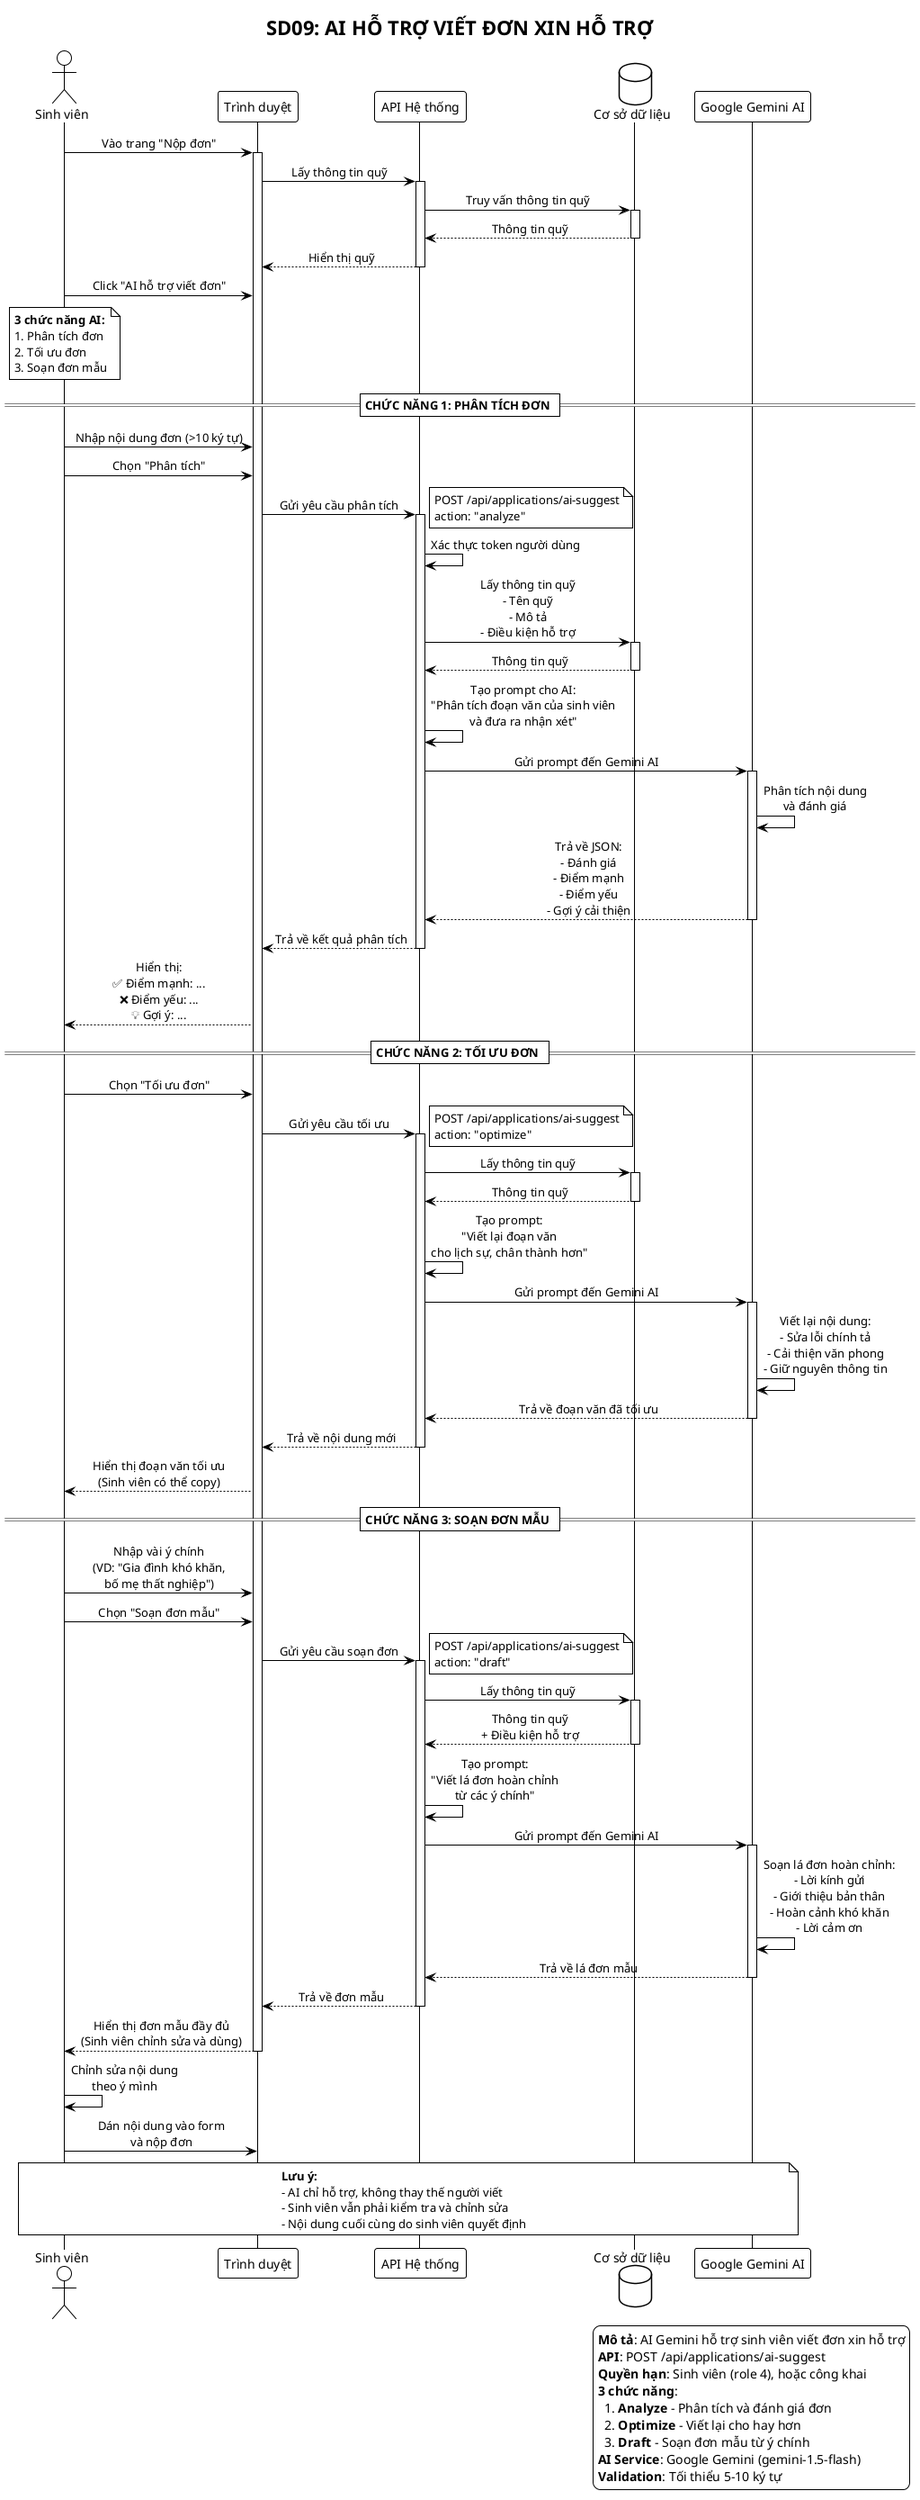
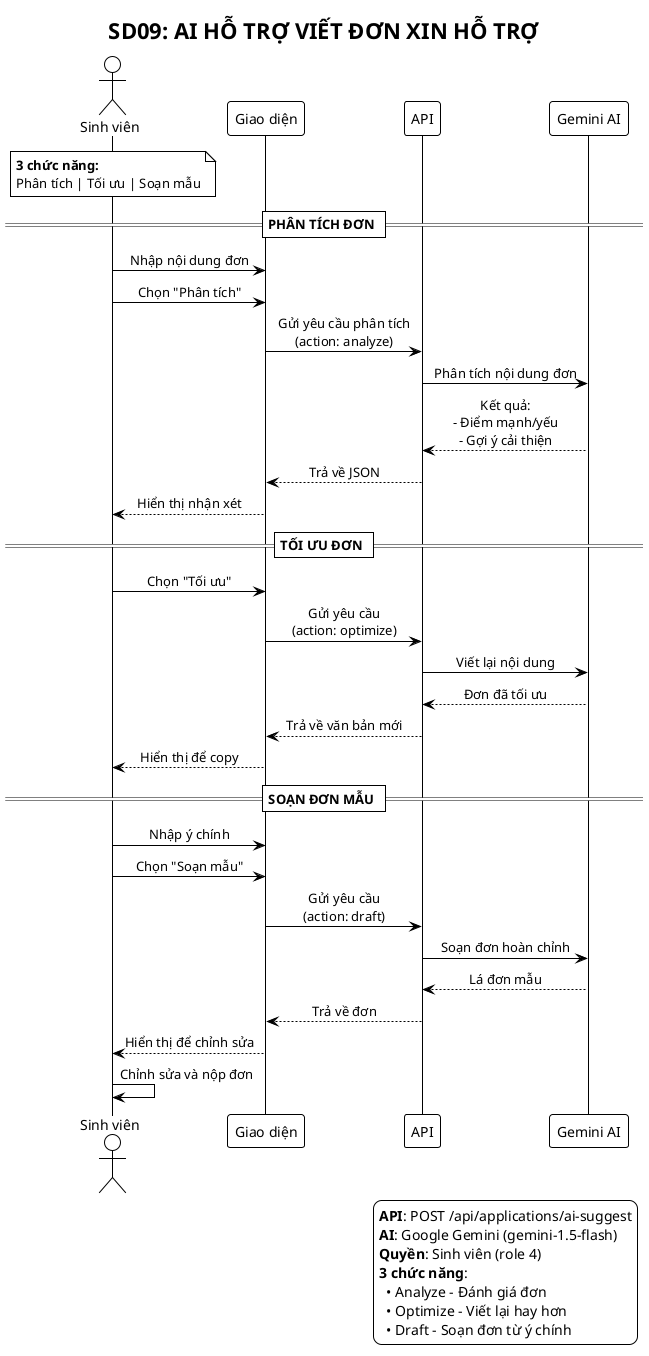
@startuml SD09_AI_Ho_Tro_Viet_Don
!theme plain
skinparam backgroundColor #FFFFFF
skinparam sequenceMessageAlign center

title **SD09: AI HỖ TRỢ VIẾT ĐƠN XIN HỖ TRỢ**

actor "Sinh viên" as SV
- participant "Trình duyệt" as Browser
- participant "API Hệ thống" as API
- database "Cơ sở dữ liệu" as DB
- participant "Google Gemini AI" as AI_Service
- 
- SV -> Browser: Vào trang "Nộp đơn"
- activate Browser
- 
- Browser -> API: Lấy thông tin quỹ
- activate API
- API -> DB: Truy vấn thông tin quỹ
- activate DB
- DB --> API: Thông tin quỹ
- deactivate DB
- API --> Browser: Hiển thị quỹ
- deactivate API
- 
- SV -> Browser: Click "AI hỗ trợ viết đơn"
+ participant "Giao diện" as UI
+ participant "API" as API
+ participant "Gemini AI" as AI

note over SV
- **3 chức năng AI:**
- 1. Phân tích đơn
- 2. Tối ưu đơn
- 3. Soạn đơn mẫu
+ **3 chức năng:**
+ Phân tích | Tối ưu | Soạn mẫu
end note

- == CHỨC NĂNG 1: PHÂN TÍCH ĐƠN ==
+ == PHÂN TÍCH ĐƠN ==

- SV -> Browser: Nhập nội dung đơn (>10 ký tự)
- SV -> Browser: Chọn "Phân tích"
+ SV -> UI: Nhập nội dung đơn
+ SV -> UI: Chọn "Phân tích"
+ UI -> API: Gửi yêu cầu phân tích\n(action: analyze)
+ API -> AI: Phân tích nội dung đơn
+ AI --> API: Kết quả:\n- Điểm mạnh/yếu\n- Gợi ý cải thiện
+ API --> UI: Trả về JSON
+ UI --> SV: Hiển thị nhận xét

- Browser -> API: Gửi yêu cầu phân tích
- activate API
- note right: POST /api/applications/ai-suggest\naction: "analyze"
+ == TỐI ƯU ĐƠN ==

- API -> API: Xác thực token người dùng
+ SV -> UI: Chọn "Tối ưu"
+ UI -> API: Gửi yêu cầu\n(action: optimize)
+ API -> AI: Viết lại nội dung
+ AI --> API: Đơn đã tối ưu
+ API --> UI: Trả về văn bản mới
+ UI --> SV: Hiển thị để copy

- API -> DB: Lấy thông tin quỹ\n- Tên quỹ\n- Mô tả\n- Điều kiện hỗ trợ
- activate DB
- DB --> API: Thông tin quỹ
- deactivate DB
+ == SOẠN ĐƠN MẪU ==

- API -> API: Tạo prompt cho AI:\n"Phân tích đoạn văn của sinh viên\nvà đưa ra nhận xét"
+ SV -> UI: Nhập ý chính
+ SV -> UI: Chọn "Soạn mẫu"
+ UI -> API: Gửi yêu cầu\n(action: draft)
+ API -> AI: Soạn đơn hoàn chỉnh
+ AI --> API: Lá đơn mẫu
+ API --> UI: Trả về đơn
+ UI --> SV: Hiển thị để chỉnh sửa

- API -> AI_Service: Gửi prompt đến Gemini AI
- activate AI_Service
- AI_Service -> AI_Service: Phân tích nội dung\nvà đánh giá
- AI_Service --> API: Trả về JSON:\n- Đánh giá\n- Điểm mạnh\n- Điểm yếu\n- Gợi ý cải thiện
- deactivate AI_Service
- 
- API --> Browser: Trả về kết quả phân tích
- deactivate API
- 
- Browser --> SV: Hiển thị:\n✅ Điểm mạnh: ...\n❌ Điểm yếu: ...\n💡 Gợi ý: ...
- 
- == CHỨC NĂNG 2: TỐI ƯU ĐƠN ==
- 
- SV -> Browser: Chọn "Tối ưu đơn"
- 
- Browser -> API: Gửi yêu cầu tối ưu
- activate API
- note right: POST /api/applications/ai-suggest\naction: "optimize"
- 
- API -> DB: Lấy thông tin quỹ
- activate DB
- DB --> API: Thông tin quỹ
- deactivate DB
- 
- API -> API: Tạo prompt:\n"Viết lại đoạn văn\ncho lịch sự, chân thành hơn"
- 
- API -> AI_Service: Gửi prompt đến Gemini AI
- activate AI_Service
- AI_Service -> AI_Service: Viết lại nội dung:\n- Sửa lỗi chính tả\n- Cải thiện văn phong\n- Giữ nguyên thông tin
- AI_Service --> API: Trả về đoạn văn đã tối ưu
- deactivate AI_Service
- 
- API --> Browser: Trả về nội dung mới
- deactivate API
- 
- Browser --> SV: Hiển thị đoạn văn tối ưu\n(Sinh viên có thể copy)
- 
- == CHỨC NĂNG 3: SOẠN ĐƠN MẪU ==
- 
- SV -> Browser: Nhập vài ý chính\n(VD: "Gia đình khó khăn,\nbố mẹ thất nghiệp")
- SV -> Browser: Chọn "Soạn đơn mẫu"
- 
- Browser -> API: Gửi yêu cầu soạn đơn
- activate API
- note right: POST /api/applications/ai-suggest\naction: "draft"
- 
- API -> DB: Lấy thông tin quỹ
- activate DB
- DB --> API: Thông tin quỹ\n+ Điều kiện hỗ trợ
- deactivate DB
- 
- API -> API: Tạo prompt:\n"Viết lá đơn hoàn chỉnh\ntừ các ý chính"
- 
- API -> AI_Service: Gửi prompt đến Gemini AI
- activate AI_Service
- AI_Service -> AI_Service: Soạn lá đơn hoàn chỉnh:\n- Lời kính gửi\n- Giới thiệu bản thân\n- Hoàn cảnh khó khăn\n- Lời cảm ơn
- AI_Service --> API: Trả về lá đơn mẫu
- deactivate AI_Service
- 
- API --> Browser: Trả về đơn mẫu
- deactivate API
- 
- Browser --> SV: Hiển thị đơn mẫu đầy đủ\n(Sinh viên chỉnh sửa và dùng)
- 
- deactivate Browser
- 
- SV -> SV: Chỉnh sửa nội dung\ntheo ý mình
- SV -> Browser: Dán nội dung vào form\nvà nộp đơn
- 
- note over SV, AI_Service
- **Lưu ý:**
- - AI chỉ hỗ trợ, không thay thế người viết
- - Sinh viên vẫn phải kiểm tra và chỉnh sửa
- - Nội dung cuối cùng do sinh viên quyết định
- end note
+ SV -> SV: Chỉnh sửa và nộp đơn

legend right
- **Mô tả**: AI Gemini hỗ trợ sinh viên viết đơn xin hỗ trợ
**API**: POST /api/applications/ai-suggest
- **Quyền hạn**: Sinh viên (role 4), hoặc công khai
+ **AI**: Google Gemini (gemini-1.5-flash)
+ **Quyền**: Sinh viên (role 4)
**3 chức năng**:
-   1. **Analyze** - Phân tích và đánh giá đơn
-   2. **Optimize** - Viết lại cho hay hơn
-   3. **Draft** - Soạn đơn mẫu từ ý chính
- **AI Service**: Google Gemini (gemini-1.5-flash)
- **Validation**: Tối thiểu 5-10 ký tự
+   • Analyze - Đánh giá đơn
+   • Optimize - Viết lại hay hơn
+   • Draft - Soạn đơn từ ý chính
endlegend

@enduml
